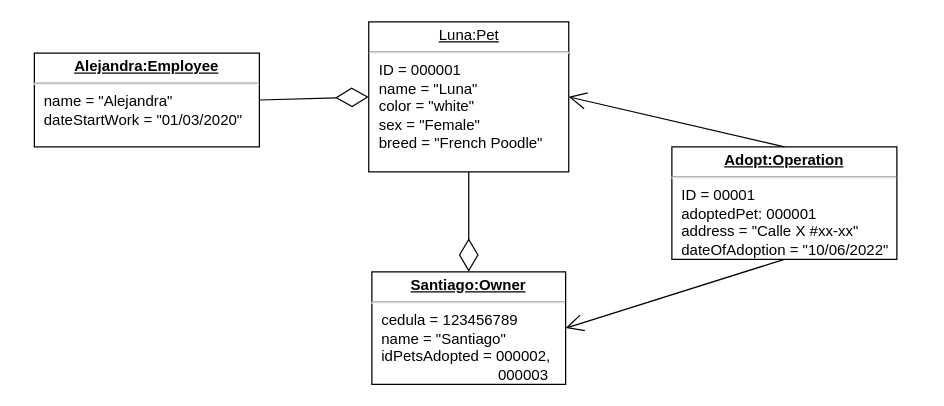
Earlier version of the draw.io diagram Adoption Center Objects UML Diagram.drawio (Santiagolp23/objectOrientedProgrammingCourse). Source tidied: cells renumbered, new cells numbered last; positions are measured from the earlier drawing's top-left corner, leaving out a move shared by most shapes. Both pictures are drawn from the tidied source at 125%, with x=0, y=0 at pixel (34, 21).
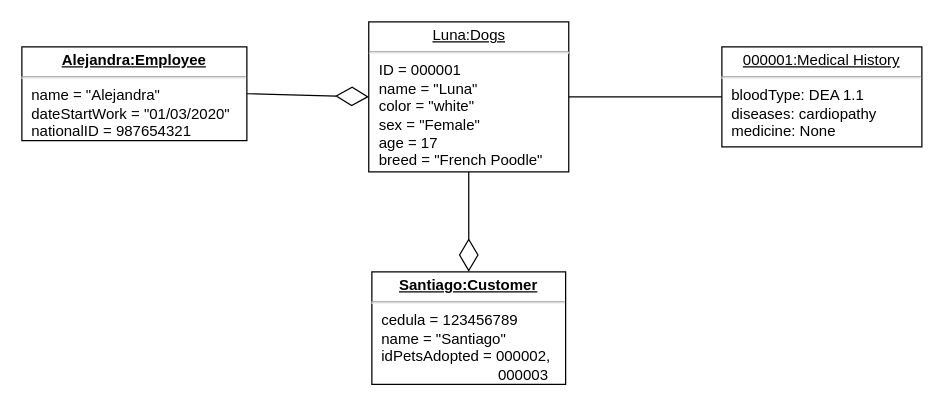
The same page after the edit.

Commit message (it also covers changes not shown here):
corrected the object diagram for a better version and added class diagram

The edit, as a diff of the source:
```diff
@@
 <mxGraphModel>
   <root>
     <mxCell id="0" />
     <mxCell id="1" parent="0" />
-    <mxCell id="2" value="&lt;p style=&quot;margin:0px;margin-top:4px;text-align:center;text-decoration:underline;&quot;&gt;Luna:Pet&lt;br&gt;&lt;/p&gt;&lt;hr&gt;&lt;p style=&quot;margin:0px;margin-left:8px;&quot;&gt;ID = 000001&lt;/p&gt;&lt;p style=&quot;margin:0px;margin-left:8px;&quot;&gt;name = &quot;Luna&quot;&lt;br&gt;color = &quot;white&quot;&lt;/p&gt;&lt;p style=&quot;margin:0px;margin-left:8px;&quot;&gt;sex = &quot;Female&quot;&lt;/p&gt;&lt;p style=&quot;margin:0px;margin-left:8px;&quot;&gt;breed = &quot;French Poodle&quot;&lt;/p&gt;" style="verticalAlign=top;align=left;overflow=fill;fontSize=12;fontFamily=Helvetica;html=1;" parent="1" vertex="1">
+    <mxCell id="2" value="&lt;p style=&quot;margin:0px;margin-top:4px;text-align:center;text-decoration:underline;&quot;&gt;Luna:Dogs&lt;br&gt;&lt;/p&gt;&lt;hr&gt;&lt;p style=&quot;margin:0px;margin-left:8px;&quot;&gt;ID = 000001&lt;/p&gt;&lt;p style=&quot;margin:0px;margin-left:8px;&quot;&gt;name = &quot;Luna&quot;&lt;br&gt;color = &quot;white&quot;&lt;/p&gt;&lt;p style=&quot;margin:0px;margin-left:8px;&quot;&gt;sex = &quot;Female&quot;&lt;/p&gt;&lt;p style=&quot;margin:0px;margin-left:8px;&quot;&gt;age = 17&lt;/p&gt;&lt;p style=&quot;margin:0px;margin-left:8px;&quot;&gt;breed = &quot;French Poodle&quot;&lt;/p&gt;" style="verticalAlign=top;align=left;overflow=fill;fontSize=12;fontFamily=Helvetica;html=1;" parent="1" vertex="1">
       <mxGeometry x="267.5" width="160" height="120" as="geometry" />
     </mxCell>
     <mxCell id="3" style="endArrow=diamondThin;endFill=0;endSize=24;html=1;rounded=0;exitX=0.5;exitY=1;exitDx=0;exitDy=0;entryX=0.5;entryY=0;entryDx=0;entryDy=0;" parent="1" edge="1" source="2" target="4">
       <mxGeometry relative="1" as="geometry" />
     </mxCell>
-    <mxCell id="4" value="&lt;p style=&quot;margin:0px;margin-top:4px;text-align:center;text-decoration:underline;&quot;&gt;&lt;b&gt;Santiago:Owner&lt;/b&gt;&lt;/p&gt;&lt;hr&gt;&lt;p style=&quot;margin:0px;margin-left:8px;&quot;&gt;cedula = 123456789&lt;/p&gt;&lt;p style=&quot;margin:0px;margin-left:8px;&quot;&gt;name = &quot;Santiago&quot;&lt;/p&gt;&lt;p style=&quot;margin:0px;margin-left:8px;&quot;&gt;idPetsAdopted = 000002,&amp;nbsp;&lt;/p&gt;&lt;p style=&quot;margin:0px;margin-left:8px;&quot;&gt;&amp;nbsp; &amp;nbsp; &amp;nbsp; &amp;nbsp; &amp;nbsp; &amp;nbsp; &amp;nbsp; &amp;nbsp; &amp;nbsp; &amp;nbsp; &amp;nbsp; &amp;nbsp; &amp;nbsp; &amp;nbsp; 000003&lt;/p&gt;" style="verticalAlign=top;align=left;overflow=fill;fontSize=12;fontFamily=Helvetica;html=1;" parent="1" vertex="1">
+    <mxCell id="4" value="&lt;p style=&quot;margin:0px;margin-top:4px;text-align:center;text-decoration:underline;&quot;&gt;&lt;b&gt;Santiago:Customer&lt;/b&gt;&lt;/p&gt;&lt;hr&gt;&lt;p style=&quot;margin:0px;margin-left:8px;&quot;&gt;cedula = 123456789&lt;/p&gt;&lt;p style=&quot;margin:0px;margin-left:8px;&quot;&gt;name = &quot;Santiago&quot;&lt;/p&gt;&lt;p style=&quot;margin:0px;margin-left:8px;&quot;&gt;idPetsAdopted = 000002,&amp;nbsp;&lt;/p&gt;&lt;p style=&quot;margin:0px;margin-left:8px;&quot;&gt;&amp;nbsp; &amp;nbsp; &amp;nbsp; &amp;nbsp; &amp;nbsp; &amp;nbsp; &amp;nbsp; &amp;nbsp; &amp;nbsp; &amp;nbsp; &amp;nbsp; &amp;nbsp; &amp;nbsp; &amp;nbsp; 000003&lt;/p&gt;" style="verticalAlign=top;align=left;overflow=fill;fontSize=12;fontFamily=Helvetica;html=1;" parent="1" vertex="1">
       <mxGeometry x="270" y="200" width="155" height="90" as="geometry" />
     </mxCell>
-    <mxCell id="5" value="&lt;p style=&quot;margin:0px;margin-top:4px;text-align:center;text-decoration:underline;&quot;&gt;&lt;b&gt;Adopt:Operation&lt;/b&gt;&lt;/p&gt;&lt;hr&gt;&lt;p style=&quot;margin:0px;margin-left:8px;&quot;&gt;ID = 00001&lt;/p&gt;&lt;p style=&quot;margin:0px;margin-left:8px;&quot;&gt;adoptedPet: 000001&lt;/p&gt;&lt;p style=&quot;margin:0px;margin-left:8px;&quot;&gt;address = &quot;Calle X #xx-xx&quot;&lt;/p&gt;&lt;p style=&quot;margin:0px;margin-left:8px;&quot;&gt;dateOfAdoption = &quot;10/06/2022&quot;&lt;/p&gt;&lt;p style=&quot;margin:0px;margin-left:8px;&quot;&gt;&lt;br&gt;&lt;/p&gt;" style="verticalAlign=top;align=left;overflow=fill;fontSize=12;fontFamily=Helvetica;html=1;" parent="1" vertex="1">
-      <mxGeometry x="510" y="100" width="180" height="90" as="geometry" />
-    </mxCell>
-    <mxCell id="6" value="&lt;p style=&quot;margin:0px;margin-top:4px;text-align:center;text-decoration:underline;&quot;&gt;&lt;b&gt;Alejandra:Employee&lt;/b&gt;&lt;/p&gt;&lt;hr&gt;&lt;p style=&quot;margin:0px;margin-left:8px;&quot;&gt;name = &quot;Alejandra&quot;&lt;/p&gt;&lt;p style=&quot;margin:0px;margin-left:8px;&quot;&gt;dateStartWork = &quot;01/03/2020&quot;&lt;/p&gt;&lt;p style=&quot;margin:0px;margin-left:8px;&quot;&gt;&lt;br&gt;&lt;/p&gt;" style="verticalAlign=top;align=left;overflow=fill;fontSize=12;fontFamily=Helvetica;html=1;" parent="1" vertex="1">
-      <mxGeometry y="25" width="180" height="75" as="geometry" />
+    <mxCell id="6" value="&lt;p style=&quot;margin:0px;margin-top:4px;text-align:center;text-decoration:underline;&quot;&gt;&lt;b&gt;Alejandra:Employee&lt;/b&gt;&lt;/p&gt;&lt;hr&gt;&lt;p style=&quot;margin:0px;margin-left:8px;&quot;&gt;name = &quot;Alejandra&quot;&lt;/p&gt;&lt;p style=&quot;margin:0px;margin-left:8px;&quot;&gt;dateStartWork = &quot;01/03/2020&quot;&lt;/p&gt;&lt;p style=&quot;margin:0px;margin-left:8px;&quot;&gt;nationalID = 987654321&lt;/p&gt;&lt;p style=&quot;margin:0px;margin-left:8px;&quot;&gt;&lt;br&gt;&lt;/p&gt;" style="verticalAlign=top;align=left;overflow=fill;fontSize=12;fontFamily=Helvetica;html=1;" parent="1" vertex="1">
+      <mxGeometry x="-10" y="20" width="180" height="75" as="geometry" />
     </mxCell>
     <mxCell id="7" style="endArrow=diamondThin;endFill=0;endSize=24;html=1;rounded=0;entryX=0;entryY=0.5;entryDx=0;entryDy=0;exitX=1;exitY=0.5;exitDx=0;exitDy=0;" parent="1" edge="1" source="6" target="2">
       <mxGeometry relative="1" as="geometry" />
     </mxCell>
-    <mxCell id="8" style="endArrow=open;endFill=1;endSize=12;html=1;rounded=0;entryX=1;entryY=0.5;entryDx=0;entryDy=0;exitX=0.5;exitY=0;exitDx=0;exitDy=0;" parent="1" edge="1" source="5" target="2">
-      <mxGeometry relative="1" as="geometry" />
-    </mxCell>
-    <mxCell id="9" style="endArrow=open;endFill=1;endSize=12;html=1;rounded=0;exitX=0.5;exitY=1;exitDx=0;exitDy=0;entryX=1;entryY=0.5;entryDx=0;entryDy=0;" parent="1" edge="1" source="5" target="4">
-      <mxGeometry relative="1" as="geometry" />
-    </mxCell>
+    <mxCell id="10" style="edgeStyle=orthogonalEdgeStyle;rounded=0;jettySize=auto;html=1;exitX=0;exitY=0.5;exitDx=0;exitDy=0;endArrow=none;endFill=0;" parent="1" edge="1" source="11" target="2">
+      <mxGeometry relative="1" as="geometry" />
+    </mxCell>
+    <mxCell id="11" value="&lt;p style=&quot;margin:0px;margin-top:4px;text-align:center;text-decoration:underline;&quot;&gt;&lt;span style=&quot;text-align: left;&quot;&gt;000001:Medical History&lt;/span&gt;&lt;br&gt;&lt;/p&gt;&lt;hr&gt;&lt;p style=&quot;margin:0px;margin-left:8px;&quot;&gt;bloodType: DEA 1.1&lt;br&gt;diseases: cardiopathy&lt;/p&gt;&lt;p style=&quot;margin:0px;margin-left:8px;&quot;&gt;medicine: None&lt;br&gt;&lt;/p&gt;" style="verticalAlign=top;align=left;overflow=fill;fontSize=12;fontFamily=Helvetica;html=1;" parent="1" vertex="1">
+      <mxGeometry x="550" y="20" width="160" height="80" as="geometry" />
+    </mxCell>
   </root>
 </mxGraphModel>
```
